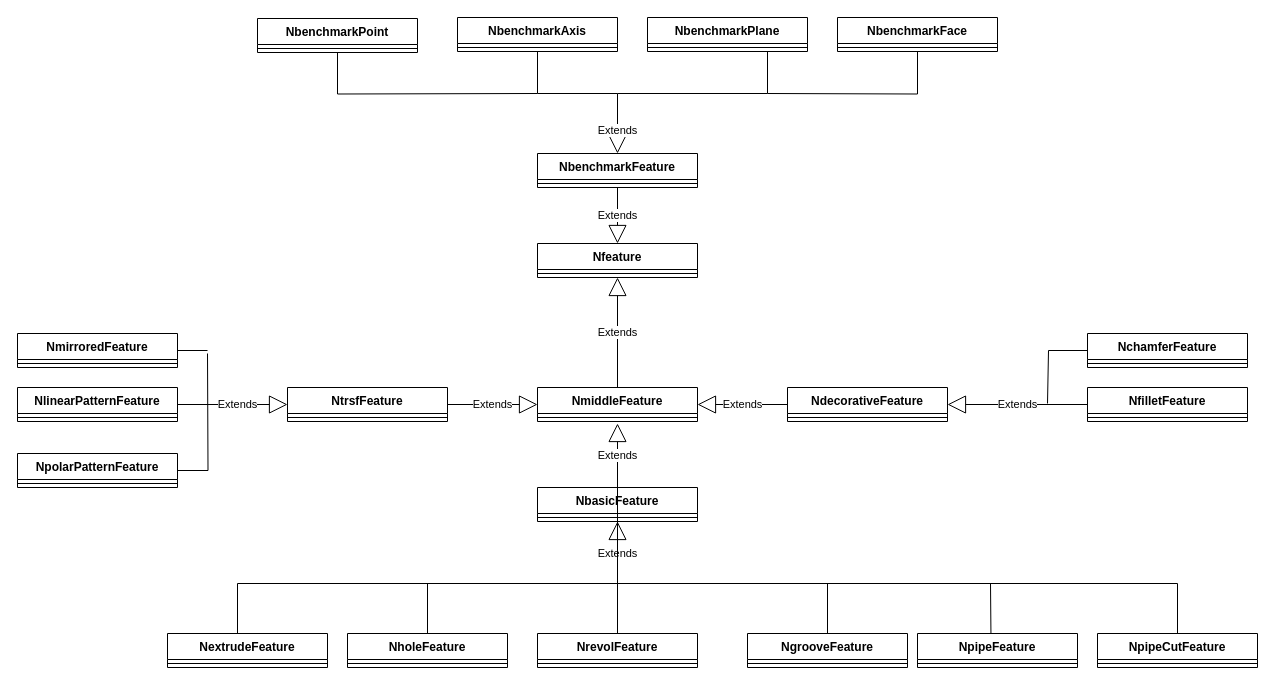
Earlier version of the draw.io diagram 类图简单版.drawio (liuhuliuhu123/First-test). Source tidied: cells renumbered, new cells numbered last; positions are measured from the earlier drawing's top-left corner, leaving out a move shared by most shapes. Both pictures are drawn from the tidied source at 100%, with x=0, y=0 at pixel (17, 17).
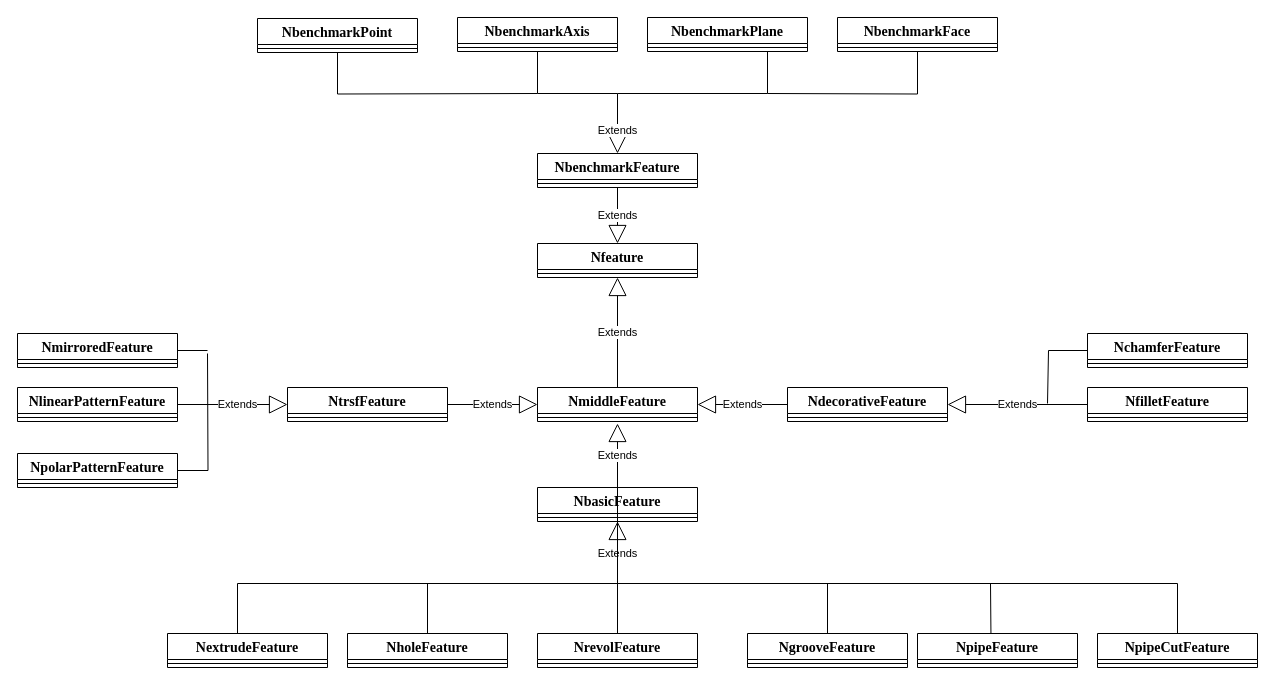
After the change.

Commit message:
更新类图简单版.drawio

Diff of the diagram source:
```diff
@@
-    <mxCell id="2" value="Nfeature" style="swimlane;fontStyle=1;align=center;verticalAlign=top;horizontal=1;startSize=26;whiteSpace=wrap;html=1;" parent="1" vertex="1">
+    <mxCell id="2" value="&lt;font style=&quot;font-size: 14px;&quot; face=&quot;Times New Roman&quot;&gt;Nfeature&lt;/font&gt;" style="swimlane;fontStyle=1;align=center;verticalAlign=top;horizontal=1;startSize=26;whiteSpace=wrap;html=1;" parent="1" vertex="1">
       <mxGeometry x="520" y="226" width="160" height="34" as="geometry" />
     </mxCell>
@@
-    <mxCell id="4" value="NdecorativeFeature" style="swimlane;fontStyle=1;align=center;verticalAlign=top;horizontal=1;startSize=26;whiteSpace=wrap;html=1;" parent="1" vertex="1">
+    <mxCell id="4" value="&lt;font style=&quot;font-size: 14px;&quot; face=&quot;Times New Roman&quot;&gt;NdecorativeFeature&lt;/font&gt;" style="swimlane;fontStyle=1;align=center;verticalAlign=top;horizontal=1;startSize=26;whiteSpace=wrap;html=1;" parent="1" vertex="1">
       <mxGeometry x="770" y="370" width="160" height="34" as="geometry" />
     </mxCell>
@@
-    <mxCell id="6" value="NchamferFeature" style="swimlane;fontStyle=1;align=center;verticalAlign=top;horizontal=1;startSize=26;whiteSpace=wrap;html=1;" parent="1" vertex="1">
+    <mxCell id="6" value="&lt;font style=&quot;font-size: 14px;&quot; face=&quot;Times New Roman&quot;&gt;NchamferFeature&lt;/font&gt;" style="swimlane;fontStyle=1;align=center;verticalAlign=top;horizontal=1;startSize=26;whiteSpace=wrap;html=1;" parent="1" vertex="1">
       <mxGeometry x="1070" y="316" width="160" height="34" as="geometry" />
     </mxCell>
@@
-    <mxCell id="8" value="NfilletFeature" style="swimlane;fontStyle=1;align=center;verticalAlign=top;horizontal=1;startSize=26;whiteSpace=wrap;html=1;" parent="1" vertex="1">
+    <mxCell id="8" value="&lt;font style=&quot;font-size: 14px;&quot; face=&quot;Times New Roman&quot;&gt;NfilletFeature&lt;/font&gt;" style="swimlane;fontStyle=1;align=center;verticalAlign=top;horizontal=1;startSize=26;whiteSpace=wrap;html=1;" parent="1" vertex="1">
       <mxGeometry x="1070" y="370" width="160" height="34" as="geometry" />
     </mxCell>
@@
-    <mxCell id="10" value="NbenchmarkFeature" style="swimlane;fontStyle=1;align=center;verticalAlign=top;horizontal=1;startSize=26;whiteSpace=wrap;html=1;" parent="1" vertex="1">
+    <mxCell id="10" value="&lt;font style=&quot;font-size: 14px;&quot; face=&quot;Times New Roman&quot;&gt;NbenchmarkFeature&lt;/font&gt;" style="swimlane;fontStyle=1;align=center;verticalAlign=top;horizontal=1;startSize=26;whiteSpace=wrap;html=1;" parent="1" vertex="1">
       <mxGeometry x="520" y="136" width="160" height="34" as="geometry" />
     </mxCell>
@@
-    <mxCell id="12" value="NbenchmarkPoint" style="swimlane;fontStyle=1;align=center;verticalAlign=top;horizontal=1;startSize=26;whiteSpace=wrap;html=1;" parent="1" vertex="1">
+    <mxCell id="12" value="&lt;font style=&quot;font-size: 14px;&quot; face=&quot;Times New Roman&quot;&gt;NbenchmarkPoint&lt;/font&gt;" style="swimlane;fontStyle=1;align=center;verticalAlign=top;horizontal=1;startSize=26;whiteSpace=wrap;html=1;" parent="1" vertex="1">
       <mxGeometry x="240" y="1" width="160" height="34" as="geometry" />
     </mxCell>
@@
-    <mxCell id="14" value="NbasicFeature" style="swimlane;fontStyle=1;align=center;verticalAlign=top;horizontal=1;startSize=26;whiteSpace=wrap;html=1;" parent="1" vertex="1">
+    <mxCell id="14" value="&lt;font face=&quot;Times New Roman&quot; style=&quot;font-size: 14px;&quot;&gt;NbasicFeature&lt;/font&gt;" style="swimlane;fontStyle=1;align=center;verticalAlign=top;horizontal=1;startSize=26;whiteSpace=wrap;html=1;" parent="1" vertex="1">
       <mxGeometry x="520" y="470" width="160" height="34" as="geometry" />
     </mxCell>
@@
-    <mxCell id="16" value="NbenchmarkAxis" style="swimlane;fontStyle=1;align=center;verticalAlign=top;horizontal=1;startSize=26;whiteSpace=wrap;html=1;" parent="1" vertex="1">
+    <mxCell id="16" value="&lt;font style=&quot;font-size: 14px;&quot; face=&quot;Times New Roman&quot;&gt;NbenchmarkAxis&lt;/font&gt;" style="swimlane;fontStyle=1;align=center;verticalAlign=top;horizontal=1;startSize=26;whiteSpace=wrap;html=1;" parent="1" vertex="1">
       <mxGeometry x="440" width="160" height="34" as="geometry" />
     </mxCell>
@@
-    <mxCell id="18" value="NbenchmarkPlane" style="swimlane;fontStyle=1;align=center;verticalAlign=top;horizontal=1;startSize=26;whiteSpace=wrap;html=1;" parent="1" vertex="1">
+    <mxCell id="18" value="&lt;font style=&quot;font-size: 14px;&quot; face=&quot;Times New Roman&quot;&gt;NbenchmarkPlane&lt;/font&gt;" style="swimlane;fontStyle=1;align=center;verticalAlign=top;horizontal=1;startSize=26;whiteSpace=wrap;html=1;" parent="1" vertex="1">
       <mxGeometry x="630" width="160" height="34" as="geometry" />
     </mxCell>
@@
-    <mxCell id="20" value="NbenchmarkFace" style="swimlane;fontStyle=1;align=center;verticalAlign=top;horizontal=1;startSize=26;whiteSpace=wrap;html=1;" parent="1" vertex="1">
+    <mxCell id="20" value="&lt;font style=&quot;font-size: 14px;&quot; face=&quot;Times New Roman&quot;&gt;NbenchmarkFace&lt;/font&gt;" style="swimlane;fontStyle=1;align=center;verticalAlign=top;horizontal=1;startSize=26;whiteSpace=wrap;html=1;" parent="1" vertex="1">
       <mxGeometry x="820" width="160" height="34" as="geometry" />
     </mxCell>
@@
-    <mxCell id="22" value="NextrudeFeature" style="swimlane;fontStyle=1;align=center;verticalAlign=top;horizontal=1;startSize=26;whiteSpace=wrap;html=1;" parent="1" vertex="1">
+    <mxCell id="22" value="&lt;font style=&quot;font-size: 14px;&quot; face=&quot;Times New Roman&quot;&gt;NextrudeFeature&lt;/font&gt;" style="swimlane;fontStyle=1;align=center;verticalAlign=top;horizontal=1;startSize=26;whiteSpace=wrap;html=1;" parent="1" vertex="1">
       <mxGeometry x="150" y="616" width="160" height="34" as="geometry" />
     </mxCell>
@@
-    <mxCell id="24" value="NholeFeature" style="swimlane;fontStyle=1;align=center;verticalAlign=top;horizontal=1;startSize=26;whiteSpace=wrap;html=1;" parent="1" vertex="1">
+    <mxCell id="24" value="&lt;font style=&quot;font-size: 14px;&quot; face=&quot;Times New Roman&quot;&gt;NholeFeature&lt;/font&gt;" style="swimlane;fontStyle=1;align=center;verticalAlign=top;horizontal=1;startSize=26;whiteSpace=wrap;html=1;" parent="1" vertex="1">
       <mxGeometry x="330" y="616" width="160" height="34" as="geometry" />
     </mxCell>
@@
-    <mxCell id="26" value="NgrooveFeature" style="swimlane;fontStyle=1;align=center;verticalAlign=top;horizontal=1;startSize=26;whiteSpace=wrap;html=1;" parent="1" vertex="1">
+    <mxCell id="26" value="&lt;font style=&quot;font-size: 14px;&quot; face=&quot;Times New Roman&quot;&gt;NgrooveFeature&lt;/font&gt;" style="swimlane;fontStyle=1;align=center;verticalAlign=top;horizontal=1;startSize=26;whiteSpace=wrap;html=1;" parent="1" vertex="1">
       <mxGeometry x="730" y="616" width="160" height="34" as="geometry" />
     </mxCell>
@@
-    <mxCell id="28" value="NrevolFeature" style="swimlane;fontStyle=1;align=center;verticalAlign=top;horizontal=1;startSize=26;whiteSpace=wrap;html=1;" parent="1" vertex="1">
+    <mxCell id="28" value="&lt;font style=&quot;font-size: 14px;&quot; face=&quot;Times New Roman&quot;&gt;NrevolFeature&lt;/font&gt;" style="swimlane;fontStyle=1;align=center;verticalAlign=top;horizontal=1;startSize=26;whiteSpace=wrap;html=1;" parent="1" vertex="1">
       <mxGeometry x="520" y="616" width="160" height="34" as="geometry" />
     </mxCell>
@@
-    <mxCell id="30" value="NpipeFeature" style="swimlane;fontStyle=1;align=center;verticalAlign=top;horizontal=1;startSize=26;whiteSpace=wrap;html=1;" parent="1" vertex="1">
+    <mxCell id="30" value="&lt;font face=&quot;Times New Roman&quot; style=&quot;font-size: 14px;&quot;&gt;NpipeFeature&lt;/font&gt;" style="swimlane;fontStyle=1;align=center;verticalAlign=top;horizontal=1;startSize=26;whiteSpace=wrap;html=1;" parent="1" vertex="1">
       <mxGeometry x="900" y="616" width="160" height="34" as="geometry" />
     </mxCell>
@@
-    <mxCell id="32" value="NpipeCutFeature" style="swimlane;fontStyle=1;align=center;verticalAlign=top;horizontal=1;startSize=26;whiteSpace=wrap;html=1;" parent="1" vertex="1">
+    <mxCell id="32" value="&lt;font style=&quot;font-size: 14px;&quot; face=&quot;Times New Roman&quot;&gt;NpipeCutFeature&lt;/font&gt;" style="swimlane;fontStyle=1;align=center;verticalAlign=top;horizontal=1;startSize=26;whiteSpace=wrap;html=1;" parent="1" vertex="1">
       <mxGeometry x="1080" y="616" width="160" height="34" as="geometry" />
     </mxCell>
@@
-    <mxCell id="34" value="NtrsfFeature" style="swimlane;fontStyle=1;align=center;verticalAlign=top;horizontal=1;startSize=26;whiteSpace=wrap;html=1;" parent="1" vertex="1">
+    <mxCell id="34" value="&lt;font style=&quot;font-size: 14px;&quot; face=&quot;Times New Roman&quot;&gt;NtrsfFeature&lt;/font&gt;" style="swimlane;fontStyle=1;align=center;verticalAlign=top;horizontal=1;startSize=26;whiteSpace=wrap;html=1;" parent="1" vertex="1">
       <mxGeometry x="270" y="370" width="160" height="34" as="geometry" />
     </mxCell>
@@
-    <mxCell id="36" value="NmirroredFeature" style="swimlane;fontStyle=1;align=center;verticalAlign=top;horizontal=1;startSize=26;whiteSpace=wrap;html=1;" parent="1" vertex="1">
+    <mxCell id="36" value="&lt;font style=&quot;font-size: 14px;&quot; face=&quot;Times New Roman&quot;&gt;NmirroredFeature&lt;/font&gt;" style="swimlane;fontStyle=1;align=center;verticalAlign=top;horizontal=1;startSize=26;whiteSpace=wrap;html=1;" parent="1" vertex="1">
       <mxGeometry y="316" width="160" height="34" as="geometry" />
     </mxCell>
@@
-    <mxCell id="38" value="NpolarPatternFeature" style="swimlane;fontStyle=1;align=center;verticalAlign=top;horizontal=1;startSize=26;whiteSpace=wrap;html=1;" parent="1" vertex="1">
+    <mxCell id="38" value="&lt;font style=&quot;font-size: 14px;&quot; face=&quot;Times New Roman&quot;&gt;NpolarPatternFeature&lt;/font&gt;" style="swimlane;fontStyle=1;align=center;verticalAlign=top;horizontal=1;startSize=26;whiteSpace=wrap;html=1;" parent="1" vertex="1">
       <mxGeometry y="436" width="160" height="34" as="geometry" />
     </mxCell>
@@
-    <mxCell id="40" value="NlinearPatternFeature" style="swimlane;fontStyle=1;align=center;verticalAlign=top;horizontal=1;startSize=26;whiteSpace=wrap;html=1;" parent="1" vertex="1">
+    <mxCell id="40" value="&lt;font style=&quot;font-size: 14px;&quot; face=&quot;Times New Roman&quot;&gt;NlinearPatternFeature&lt;/font&gt;" style="swimlane;fontStyle=1;align=center;verticalAlign=top;horizontal=1;startSize=26;whiteSpace=wrap;html=1;" parent="1" vertex="1">
       <mxGeometry y="370" width="160" height="34" as="geometry" />
     </mxCell>
@@
-    <mxCell id="53" value="NmiddleFeature" style="swimlane;fontStyle=1;align=center;verticalAlign=top;horizontal=1;startSize=26;whiteSpace=wrap;html=1;" parent="1" vertex="1">
+    <mxCell id="53" value="&lt;font style=&quot;font-size: 14px;&quot; face=&quot;Times New Roman&quot;&gt;NmiddleFeature&lt;/font&gt;" style="swimlane;fontStyle=1;align=center;verticalAlign=top;horizontal=1;startSize=26;whiteSpace=wrap;html=1;" parent="1" vertex="1">
       <mxGeometry x="520" y="370" width="160" height="34" as="geometry" />
     </mxCell>
```
